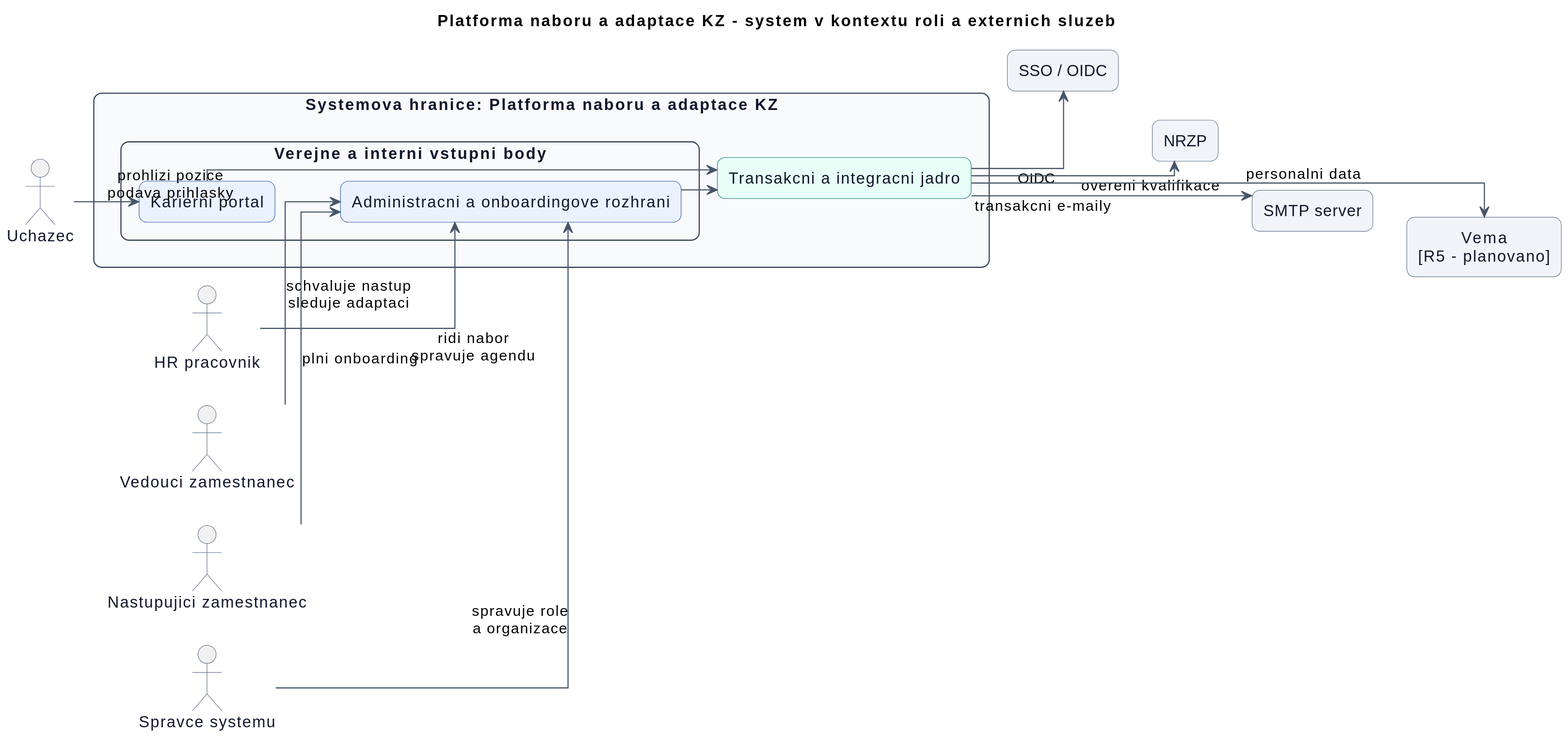
pavelvachaaa/diploma-thesis keeps this PlantUML diagram as procesy/architecture/system-context-overview.svg. Above is the earlier version. The source it was exported from:
```plantuml
@startuml
left to right direction
hide stereotype

skinparam backgroundColor transparent
skinparam shadowing false
skinparam linetype ortho
skinparam packageStyle rectangle
skinparam defaultFontName Arial
skinparam defaultTextAlignment center
skinparam dpi 160
skinparam ranksep 30
skinparam nodesep 30
skinparam ArrowColor #475569
skinparam ArrowThickness 1.0
skinparam RoundCorner 14

skinparam rectangle {
  BackgroundColor #F8FAFC
  BorderColor #334155
  FontColor #0F172A
}

skinparam rectangle<<frontend>> {
  BackgroundColor #EAF2FF
  BorderColor #2B5AA6
}

skinparam rectangle<<service>> {
  BackgroundColor #E8FFF8
  BorderColor #0F766E
}

skinparam rectangle<<external>> {
  BackgroundColor #F1F5F9
  BorderColor #64748B
}

skinparam actor {
  BorderColor #64748B
  FontColor #0F172A
}

title Platforma naboru a adaptace KZ - system v kontextu roli a externich sluzeb

actor "Uchazec" as Candidate
actor "HR pracovnik" as HR
actor "Vedouci zamestnanec" as Manager
actor "Nastupujici zamestnanec" as Employee
actor "Spravce systemu" as Admin

rectangle "Systemova hranice: Platforma naboru a adaptace KZ" {
  package "Verejne a interni vstupni body" {
    rectangle "Karierni portal" <<frontend>> as CareerPortal
    rectangle "Administracni a onboardingove rozhrani" <<frontend>> as InternalPortal
  }

  rectangle "Transakcni a integracni jadro" <<service>> as Core
}

rectangle "SSO / OIDC" <<external>> as SSO
rectangle "NRZP" <<external>> as NRZP
rectangle "SMTP server" <<external>> as SMTP
rectangle "Vema\n[R5 - planovano]" <<external>> as Vema

Candidate --> CareerPortal : prohlizi pozice\npodava prihlasky
HR --> InternalPortal : ridi nabor\nspravuje agendu
Manager --> InternalPortal : schvaluje nastup\nsleduje adaptaci
Employee --> InternalPortal : plni onboarding
Admin --> InternalPortal : spravuje role\na organizace

CareerPortal --> Core
InternalPortal --> Core

Core --> SSO : OIDC
Core --> NRZP : overeni kvalifikace
Core --> SMTP : transakcni e-maily
Core --> Vema : personalni data

CareerPortal -[hidden]down-> InternalPortal
SSO -[hidden]down-> NRZP
NRZP -[hidden]down-> SMTP
SMTP -[hidden]down-> Vema
@enduml
```
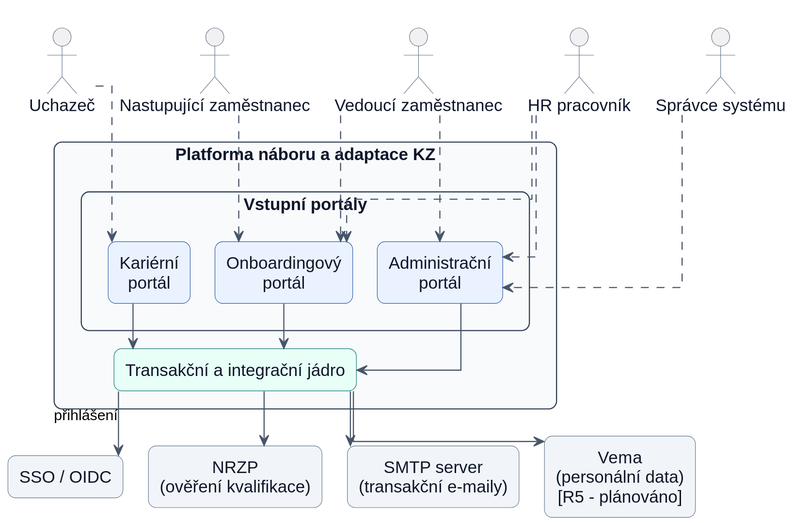
The same diagram one commit later.

Commit message:
fix: popisky v kontextu

The edit, as a diff of the source:
```diff
@@ -1,5 +1,5 @@
 @startuml
-left to right direction
+top to bottom direction
 hide stereotype
 
 skinparam backgroundColor transparent
@@ -7,10 +7,12 @@
 skinparam linetype ortho
 skinparam packageStyle rectangle
 skinparam defaultFontName Arial
+skinparam defaultFontSize 15
 skinparam defaultTextAlignment center
+skinparam arrowFontSize 13
 skinparam dpi 160
-skinparam ranksep 30
-skinparam nodesep 30
+skinparam ranksep 28
+skinparam nodesep 22
 skinparam ArrowColor #475569
 skinparam ArrowThickness 1.0
 skinparam RoundCorner 14
@@ -41,44 +43,65 @@
   FontColor #0F172A
 }
 
-title Platforma naboru a adaptace KZ - system v kontextu roli a externich sluzeb
+together {
+  actor "Uchazeč" as Candidate
+  actor "HR pracovník" as HR
+  actor "Vedoucí zaměstnanec" as Manager
+  actor "Nastupující zaměstnanec" as Employee
+  actor "Správce systému" as Admin
+}
 
-actor "Uchazec" as Candidate
-actor "HR pracovnik" as HR
-actor "Vedouci zamestnanec" as Manager
-actor "Nastupujici zamestnanec" as Employee
-actor "Spravce systemu" as Admin
-
-rectangle "Systemova hranice: Platforma naboru a adaptace KZ" {
-  package "Verejne a interni vstupni body" {
-    rectangle "Karierni portal" <<frontend>> as CareerPortal
-    rectangle "Administracni a onboardingove rozhrani" <<frontend>> as InternalPortal
+rectangle "Platforma náboru a adaptace KZ" {
+  package "Vstupní portály" {
+    together {
+      rectangle "Kariérní\nportál" <<frontend>> as CareerPortal
+      rectangle "Administrační\nportál" <<frontend>> as AdminPortal
+      rectangle "Onboardingový\nportál" <<frontend>> as OnboardingPortal
+    }
   }
 
-  rectangle "Transakcni a integracni jadro" <<service>> as Core
+  rectangle "Transakční a integrační jádro" <<service>> as Core
 }
 
-rectangle "SSO / OIDC" <<external>> as SSO
-rectangle "NRZP" <<external>> as NRZP
-rectangle "SMTP server" <<external>> as SMTP
-rectangle "Vema\n[R5 - planovano]" <<external>> as Vema
+together {
+  rectangle "SSO / OIDC" <<external>> as SSO
+  rectangle "NRZP\n(ověření kvalifikace)" <<external>> as NRZP
+  rectangle "SMTP server\n(transakční e-maily)" <<external>> as SMTP
+  rectangle "Vema\n(personální data)\n[R5 - plánováno]" <<external>> as Vema
+}
 
-Candidate --> CareerPortal : prohlizi pozice\npodava prihlasky
-HR --> InternalPortal : ridi nabor\nspravuje agendu
-Manager --> InternalPortal : schvaluje nastup\nsleduje adaptaci
-Employee --> InternalPortal : plni onboarding
-Admin --> InternalPortal : spravuje role\na organizace
+Candidate ..> CareerPortal
+HR ..> AdminPortal
+HR ..> OnboardingPortal
+Manager ..> AdminPortal
+Manager ..> OnboardingPortal
+Employee ..> OnboardingPortal
+Admin ..> AdminPortal
 
 CareerPortal --> Core
-InternalPortal --> Core
+AdminPortal --> Core
+OnboardingPortal --> Core
 
-Core --> SSO : OIDC
-Core --> NRZP : overeni kvalifikace
-Core --> SMTP : transakcni e-maily
-Core --> Vema : personalni data
+Core --> SSO : přihlášení
+Core --> NRZP
+Core --> SMTP
+Core --> Vema
 
-CareerPortal -[hidden]down-> InternalPortal
-SSO -[hidden]down-> NRZP
-NRZP -[hidden]down-> SMTP
-SMTP -[hidden]down-> Vema
+Candidate -[hidden]right-> HR
+HR -[hidden]right-> Manager
+Manager -[hidden]right-> Employee
+Employee -[hidden]right-> Admin
+
+CareerPortal -[hidden]right-> AdminPortal
+AdminPortal -[hidden]right-> OnboardingPortal
+
+SSO -[hidden]right-> NRZP
+NRZP -[hidden]right-> SMTP
+SMTP -[hidden]right-> Vema
+
+Candidate -[hidden]down-> CareerPortal
+HR -[hidden]down-> AdminPortal
+Employee -[hidden]down-> OnboardingPortal
+CareerPortal -[hidden]down-> Core
+Core -[hidden]down-> NRZP
 @enduml
```
